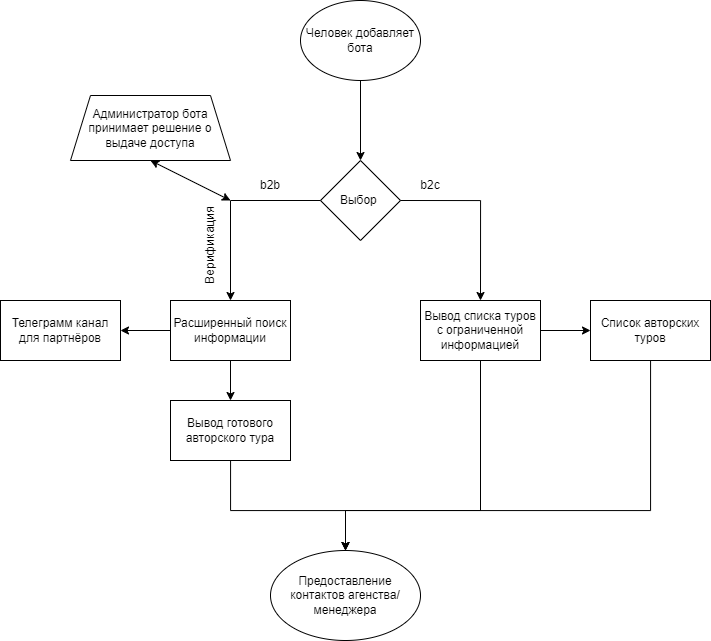
Earlier version of the draw.io export diagram.png (ProdamGaraj/BCDTravelAgency). Source tidied: cells renumbered, new cells last; positions are measured from the earlier drawing's top-left corner, leaving out a move shared by most shapes.
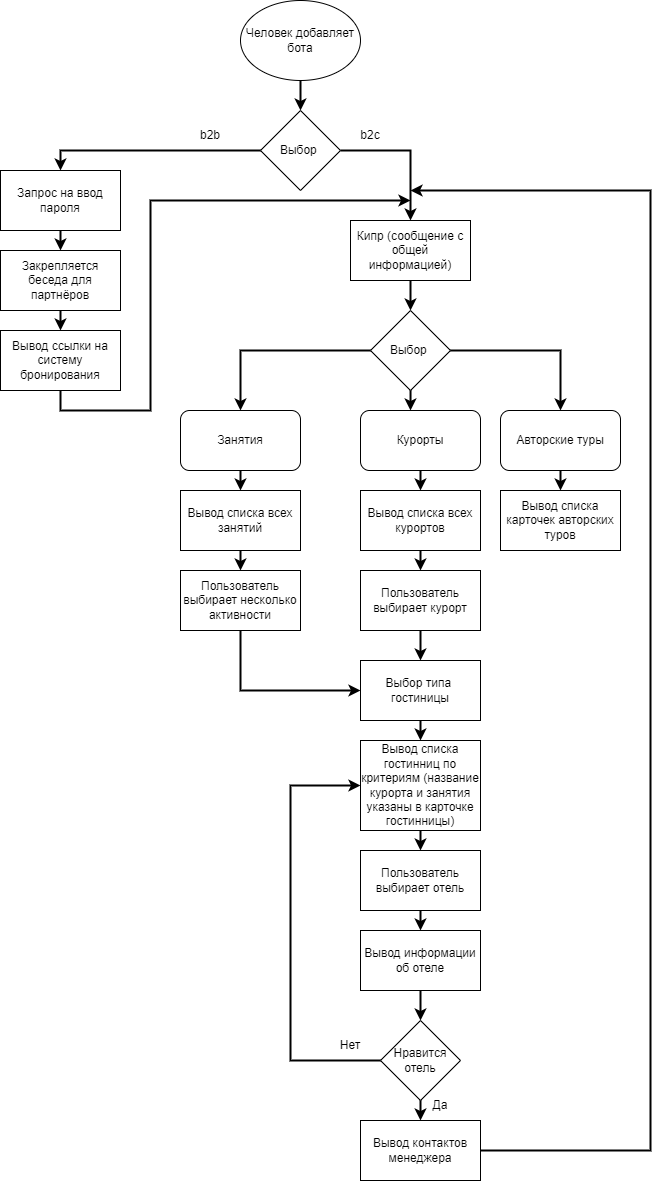
The same file after the commit.

The edit, as a diff of the source:
```diff
@@ -2,94 +2,236 @@
   <root>
     <mxCell id="0" />
     <mxCell id="1" parent="0" />
-    <mxCell id="2" style="edgeStyle=none;html=1;strokeColor=#000000;" parent="1" edge="1" source="3" target="5">
+    <mxCell id="2" style="edgeStyle=none;html=1;strokeColor=#000000;strokeWidth=2;" parent="1" edge="1" source="3" target="5">
       <mxGeometry relative="1" as="geometry" />
     </mxCell>
     <mxCell id="3" value="Человек добавляет бота" style="ellipse;whiteSpace=wrap;html=1;fillColor=none;strokeColor=#000000;fontColor=#000000;" parent="1" vertex="1">
-      <mxGeometry x="300" width="120" height="80" as="geometry" />
+      <mxGeometry x="300" y="50" width="120" height="80" as="geometry" />
     </mxCell>
-    <mxCell id="4" style="edgeStyle=none;html=1;exitX=0;exitY=0.5;exitDx=0;exitDy=0;entryX=0.5;entryY=0;entryDx=0;entryDy=0;rounded=0;strokeColor=#000000;" parent="1" edge="1" source="5" target="10">
+    <mxCell id="4" style="edgeStyle=none;html=1;exitX=0;exitY=0.5;exitDx=0;exitDy=0;rounded=0;strokeColor=#000000;entryX=0.5;entryY=0;entryDx=0;entryDy=0;strokeWidth=2;" parent="1" edge="1" source="5" target="25">
       <mxGeometry relative="1" as="geometry">
         <Array as="points">
-          <mxPoint x="230" y="200" />
+          <mxPoint x="120" y="200" />
         </Array>
       </mxGeometry>
     </mxCell>
     <mxCell id="5" value="Выбор&amp;nbsp;" style="rhombus;whiteSpace=wrap;html=1;fillColor=none;strokeColor=#000000;fontColor=#000000;" parent="1" vertex="1">
       <mxGeometry x="320" y="160" width="80" height="80" as="geometry" />
     </mxCell>
-    <mxCell id="6" style="edgeStyle=orthogonalEdgeStyle;html=1;strokeColor=#000000;" parent="1" edge="1" source="8" target="22">
-      <mxGeometry relative="1" as="geometry" />
+    <mxCell id="6" style="edgeStyle=orthogonalEdgeStyle;html=1;strokeColor=#000000;" parent="1" edge="1" target="x">
+      <mxGeometry relative="1" as="geometry">
+        <mxPoint x="550" y="400" as="sourcePoint" />
+      </mxGeometry>
     </mxCell>
-    <mxCell id="7" style="edgeStyle=none;rounded=0;html=1;entryX=0.5;entryY=0;entryDx=0;entryDy=0;elbow=vertical;strokeColor=#000000;" parent="1" edge="1" source="8" target="23">
+    <mxCell id="7" style="edgeStyle=none;rounded=0;html=1;entryX=0.5;entryY=0;entryDx=0;entryDy=0;elbow=vertical;strokeColor=#000000;" parent="1" edge="1" target="x">
       <mxGeometry relative="1" as="geometry">
+        <mxPoint x="490" y="430" as="sourcePoint" />
         <Array as="points">
-          <mxPoint x="480" y="510" />
-          <mxPoint x="345" y="510" />
+          <mxPoint x="490" y="550" />
+          <mxPoint x="355" y="550" />
         </Array>
       </mxGeometry>
     </mxCell>
-    <mxCell id="8" value="Вывод списка туров с ограниченной информацией" style="rounded=0;whiteSpace=wrap;html=1;fillColor=none;strokeColor=#000000;fontColor=#000000;" parent="1" vertex="1">
-      <mxGeometry x="420" y="300" width="120" height="60" as="geometry" />
-    </mxCell>
-    <mxCell id="9" style="edgeStyle=none;html=1;entryX=0.5;entryY=0;entryDx=0;entryDy=0;strokeColor=#000000;" parent="1" edge="1" source="10" target="17">
-      <mxGeometry relative="1" as="geometry" />
+    <mxCell id="9" style="edgeStyle=none;html=1;entryX=0.5;entryY=0;entryDx=0;entryDy=0;strokeColor=#000000;" parent="1" edge="1" target="x">
+      <mxGeometry relative="1" as="geometry">
+        <mxPoint x="240" y="430" as="sourcePoint" />
+      </mxGeometry>
     </mxCell>
-    <mxCell id="10" value="Расширенный поиск информации" style="rounded=0;whiteSpace=wrap;html=1;fillColor=none;strokeColor=#000000;fontColor=#000000;" parent="1" vertex="1">
-      <mxGeometry x="170" y="300" width="120" height="60" as="geometry" />
-    </mxCell>
-    <mxCell id="11" style="edgeStyle=orthogonalEdgeStyle;html=1;entryX=0.5;entryY=0;entryDx=0;entryDy=0;exitX=1;exitY=0.5;exitDx=0;exitDy=0;rounded=0;strokeColor=#000000;" parent="1" edge="1" source="5" target="8">
-      <mxGeometry relative="1" as="geometry" />
+    <mxCell id="11" style="edgeStyle=orthogonalEdgeStyle;html=1;entryX=0.5;entryY=0;entryDx=0;entryDy=0;exitX=1;exitY=0.5;exitDx=0;exitDy=0;rounded=0;strokeColor=#000000;strokeWidth=2;" parent="1" edge="1" source="5" target="28">
+      <mxGeometry relative="1" as="geometry">
+        <Array as="points">
+          <mxPoint x="470" y="200" />
+        </Array>
+      </mxGeometry>
     </mxCell>
-    <mxCell id="12" value="Верификация" style="text;html=1;strokeColor=none;fillColor=none;align=center;verticalAlign=middle;whiteSpace=wrap;rounded=0;rotation=-90;fontColor=#000000;" parent="1" vertex="1">
-      <mxGeometry x="180" y="230" width="60" height="30" as="geometry" />
-    </mxCell>
     <mxCell id="13" value="b2b" style="text;html=1;strokeColor=none;fillColor=none;align=center;verticalAlign=middle;whiteSpace=wrap;rounded=0;fontColor=#000000;" parent="1" vertex="1">
       <mxGeometry x="240" y="170" width="60" height="30" as="geometry" />
     </mxCell>
     <mxCell id="14" value="b2c" style="text;html=1;strokeColor=none;fillColor=none;align=center;verticalAlign=middle;whiteSpace=wrap;rounded=0;fontColor=#000000;" parent="1" vertex="1">
       <mxGeometry x="400" y="170" width="60" height="30" as="geometry" />
     </mxCell>
-    <mxCell id="15" style="edgeStyle=none;html=1;strokeColor=#000000;" parent="1" edge="1" target="18">
-      <mxGeometry relative="1" as="geometry">
-        <mxPoint x="170" y="330" as="sourcePoint" />
-      </mxGeometry>
-    </mxCell>
-    <mxCell id="16" style="edgeStyle=orthogonalEdgeStyle;html=1;rounded=0;strokeColor=#000000;" parent="1" edge="1" source="17" target="23">
+    <mxCell id="16" style="edgeStyle=orthogonalEdgeStyle;html=1;rounded=0;strokeColor=#000000;" parent="1" edge="1" target="x">
       <mxGeometry relative="1" as="geometry">
+        <mxPoint x="240.1" y="530" as="sourcePoint" />
         <Array as="points">
-          <mxPoint x="230" y="510" />
-          <mxPoint x="345" y="510" />
+          <mxPoint x="240" y="550" />
+          <mxPoint x="355" y="550" />
         </Array>
       </mxGeometry>
     </mxCell>
-    <mxCell id="17" value="Вывод готового авторского тура" style="rounded=0;whiteSpace=wrap;html=1;fillColor=none;strokeColor=#000000;fontColor=#000000;" parent="1" vertex="1">
-      <mxGeometry x="170" y="400" width="120" height="60" as="geometry" />
-    </mxCell>
-    <mxCell id="18" value="Телеграмм канал для партнёров" style="whiteSpace=wrap;html=1;fillColor=none;strokeColor=#000000;fontColor=#000000;" parent="1" vertex="1">
-      <mxGeometry y="300" width="120" height="60" as="geometry" />
-    </mxCell>
-    <mxCell id="19" style="endArrow=classic;startArrow=classic;html=1;exitX=0.5;exitY=1;exitDx=0;exitDy=0;strokeColor=#000000;" parent="1" edge="1" source="20">
-      <mxGeometry relative="1" as="geometry">
-        <mxPoint x="230" y="200" as="targetPoint" />
-      </mxGeometry>
-    </mxCell>
-    <mxCell id="20" value="Администратор бота принимает решение о выдаче доступа" style="shape=trapezoid;perimeter=trapezoidPerimeter;whiteSpace=wrap;html=1;fixedSize=1;fillColor=none;strokeColor=#000000;fontColor=#000000;" parent="1" vertex="1">
-      <mxGeometry x="70" y="95" width="160" height="65" as="geometry" />
-    </mxCell>
-    <mxCell id="21" style="edgeStyle=orthogonalEdgeStyle;html=1;rounded=0;strokeColor=#000000;" parent="1" edge="1" source="22" target="23">
+    <mxCell id="21" style="edgeStyle=orthogonalEdgeStyle;html=1;rounded=0;strokeColor=#000000;" parent="1" edge="1" target="x">
       <mxGeometry relative="1" as="geometry">
+        <mxPoint x="660.1" y="430" as="sourcePoint" />
         <Array as="points">
-          <mxPoint x="650" y="510" />
-          <mxPoint x="345" y="510" />
+          <mxPoint x="660" y="550" />
+          <mxPoint x="355" y="550" />
         </Array>
       </mxGeometry>
     </mxCell>
-    <mxCell id="22" value="Список авторских туров" style="whiteSpace=wrap;html=1;rounded=0;fillColor=none;strokeColor=#000000;fontColor=#000000;" parent="1" vertex="1">
-      <mxGeometry x="590" y="300" width="120" height="60" as="geometry" />
-    </mxCell>
-    <mxCell id="23" value="Предоставление контактов агенства/менеджера" style="ellipse;whiteSpace=wrap;html=1;fillColor=none;strokeColor=#000000;fontColor=#000000;" parent="1" vertex="1">
-      <mxGeometry x="270" y="550" width="150" height="90" as="geometry" />
-    </mxCell>
+    <mxCell id="24" style="edgeStyle=none;rounded=0;html=1;strokeColor=#000000;fontColor=#000000;strokeWidth=2;" parent="1" edge="1" source="25" target="54">
+      <mxGeometry relative="1" as="geometry" />
+    </mxCell>
+    <mxCell id="25" value="&lt;font color=&quot;#000000&quot;&gt;Запрос на ввод пароля&lt;/font&gt;" style="rounded=0;whiteSpace=wrap;html=1;fillColor=none;strokeColor=#000000;" parent="1" vertex="1">
+      <mxGeometry x="60" y="220" width="120" height="60" as="geometry" />
+    </mxCell>
+    <mxCell id="26" style="edgeStyle=none;html=1;fontColor=#000000;strokeColor=#000000;entryX=0.5;entryY=0;entryDx=0;entryDy=0;strokeWidth=2;" parent="1" edge="1" target="38">
+      <mxGeometry relative="1" as="geometry">
+        <mxPoint x="470" y="360" as="sourcePoint" />
+      </mxGeometry>
+    </mxCell>
+    <mxCell id="27" style="edgeStyle=none;rounded=0;html=1;strokeColor=#000000;strokeWidth=2;fontColor=#000000;" parent="1" edge="1" source="28" target="38">
+      <mxGeometry relative="1" as="geometry" />
+    </mxCell>
+    <mxCell id="28" value="&lt;font color=&quot;#000000&quot;&gt;Кипр (сообщение с общей информацией)&lt;/font&gt;" style="rounded=0;whiteSpace=wrap;html=1;strokeColor=#000000;fillColor=none;" parent="1" vertex="1">
+      <mxGeometry x="410" y="270" width="120" height="60" as="geometry" />
+    </mxCell>
+    <mxCell id="29" style="edgeStyle=none;rounded=0;html=1;entryX=0.5;entryY=0;entryDx=0;entryDy=0;strokeColor=#000000;fontColor=#000000;strokeWidth=2;" parent="1" edge="1" source="30" target="44">
+      <mxGeometry relative="1" as="geometry" />
+    </mxCell>
+    <mxCell id="30" value="Курорты" style="rounded=1;whiteSpace=wrap;html=1;strokeColor=#000000;fontColor=#000000;fillColor=none;" parent="1" vertex="1">
+      <mxGeometry x="420" y="460" width="120" height="60" as="geometry" />
+    </mxCell>
+    <mxCell id="31" style="edgeStyle=none;rounded=0;html=1;entryX=0.5;entryY=0;entryDx=0;entryDy=0;strokeColor=#000000;fontColor=#000000;strokeWidth=2;" parent="1" edge="1" source="32" target="40">
+      <mxGeometry relative="1" as="geometry" />
+    </mxCell>
+    <mxCell id="32" value="Занятия" style="rounded=1;whiteSpace=wrap;html=1;strokeColor=#000000;fontColor=#000000;fillColor=none;" parent="1" vertex="1">
+      <mxGeometry x="240" y="460" width="120" height="60" as="geometry" />
+    </mxCell>
+    <mxCell id="33" style="edgeStyle=none;rounded=0;html=1;entryX=0.5;entryY=0;entryDx=0;entryDy=0;strokeColor=#000000;fontColor=#000000;strokeWidth=2;" parent="1" edge="1" source="34" target="51">
+      <mxGeometry relative="1" as="geometry" />
+    </mxCell>
+    <mxCell id="34" value="Авторские туры" style="rounded=1;whiteSpace=wrap;html=1;strokeColor=#000000;fontColor=#000000;fillColor=none;" parent="1" vertex="1">
+      <mxGeometry x="560" y="460" width="120" height="60" as="geometry" />
+    </mxCell>
+    <mxCell id="35" style="edgeStyle=none;html=1;entryX=0.5;entryY=0;entryDx=0;entryDy=0;strokeColor=#000000;fontColor=#000000;exitX=0;exitY=0.5;exitDx=0;exitDy=0;rounded=0;strokeWidth=2;" parent="1" edge="1" source="38" target="32">
+      <mxGeometry relative="1" as="geometry">
+        <Array as="points">
+          <mxPoint x="300" y="400" />
+        </Array>
+      </mxGeometry>
+    </mxCell>
+    <mxCell id="36" style="edgeStyle=none;html=1;entryX=0.5;entryY=0;entryDx=0;entryDy=0;strokeColor=#000000;fontColor=#000000;rounded=0;strokeWidth=2;" parent="1" edge="1" source="38" target="34">
+      <mxGeometry relative="1" as="geometry">
+        <Array as="points">
+          <mxPoint x="620" y="400" />
+        </Array>
+      </mxGeometry>
+    </mxCell>
+    <mxCell id="37" style="edgeStyle=none;html=1;entryX=0.417;entryY=0;entryDx=0;entryDy=0;entryPerimeter=0;strokeColor=#000000;fontColor=#000000;strokeWidth=2;" parent="1" edge="1" source="38" target="30">
+      <mxGeometry relative="1" as="geometry" />
+    </mxCell>
+    <mxCell id="38" value="Выбор&amp;nbsp;" style="rhombus;whiteSpace=wrap;html=1;strokeColor=#000000;fontColor=#000000;fillColor=none;" parent="1" vertex="1">
+      <mxGeometry x="430" y="360" width="80" height="80" as="geometry" />
+    </mxCell>
+    <mxCell id="39" style="edgeStyle=none;rounded=0;html=1;entryX=0.5;entryY=0;entryDx=0;entryDy=0;strokeColor=#000000;fontColor=#000000;strokeWidth=2;" parent="1" edge="1" source="40" target="42">
+      <mxGeometry relative="1" as="geometry" />
+    </mxCell>
+    <mxCell id="40" value="Вывод списка всех занятий" style="rounded=0;whiteSpace=wrap;html=1;strokeColor=#000000;fontColor=#000000;fillColor=none;" parent="1" vertex="1">
+      <mxGeometry x="240" y="540" width="120" height="60" as="geometry" />
+    </mxCell>
+    <mxCell id="41" style="edgeStyle=none;rounded=0;html=1;strokeColor=#000000;fontColor=#000000;exitX=0.5;exitY=1;exitDx=0;exitDy=0;strokeWidth=2;entryX=0;entryY=0.5;entryDx=0;entryDy=0;" parent="1" edge="1" source="42" target="48">
+      <mxGeometry relative="1" as="geometry">
+        <Array as="points">
+          <mxPoint x="300" y="740" />
+        </Array>
+      </mxGeometry>
+    </mxCell>
+    <mxCell id="42" value="Пользователь выбирает несколько активности" style="rounded=0;whiteSpace=wrap;html=1;strokeColor=#000000;fontColor=#000000;fillColor=none;" parent="1" vertex="1">
+      <mxGeometry x="240" y="620" width="120" height="60" as="geometry" />
+    </mxCell>
+    <mxCell id="43" style="edgeStyle=none;rounded=0;html=1;strokeColor=#000000;fontColor=#000000;strokeWidth=2;" parent="1" edge="1" source="44" target="46">
+      <mxGeometry relative="1" as="geometry" />
+    </mxCell>
+    <mxCell id="44" value="Вывод списка всех курортов" style="rounded=0;whiteSpace=wrap;html=1;strokeColor=#000000;fontColor=#000000;fillColor=none;" parent="1" vertex="1">
+      <mxGeometry x="420" y="540" width="120" height="60" as="geometry" />
+    </mxCell>
+    <mxCell id="45" style="edgeStyle=none;rounded=0;html=1;entryX=0.5;entryY=0;entryDx=0;entryDy=0;strokeColor=#000000;fontColor=#000000;strokeWidth=2;" parent="1" edge="1" source="46" target="48">
+      <mxGeometry relative="1" as="geometry" />
+    </mxCell>
+    <mxCell id="46" value="Пользователь выбирает курорт" style="rounded=0;whiteSpace=wrap;html=1;strokeColor=#000000;fontColor=#000000;fillColor=none;" parent="1" vertex="1">
+      <mxGeometry x="420" y="620" width="120" height="60" as="geometry" />
+    </mxCell>
+    <mxCell id="47" style="edgeStyle=none;rounded=0;html=1;strokeColor=#000000;fontColor=#000000;strokeWidth=2;" parent="1" edge="1" source="48" target="50">
+      <mxGeometry relative="1" as="geometry" />
+    </mxCell>
+    <mxCell id="48" value="Выбор типа&amp;nbsp; гостиницы" style="rounded=0;whiteSpace=wrap;html=1;strokeColor=#000000;fontColor=#000000;fillColor=none;" parent="1" vertex="1">
+      <mxGeometry x="420" y="710" width="120" height="60" as="geometry" />
+    </mxCell>
+    <mxCell id="49" style="edgeStyle=none;rounded=0;html=1;entryX=0.5;entryY=0;entryDx=0;entryDy=0;strokeColor=#000000;fontColor=#000000;strokeWidth=2;" parent="1" edge="1" source="50" target="57">
+      <mxGeometry relative="1" as="geometry" />
+    </mxCell>
+    <mxCell id="50" value="Вывод списка гостинниц по критериям (название курорта и занятия указаны в карточке гостинницы)" style="rounded=0;whiteSpace=wrap;html=1;strokeColor=#000000;fontColor=#000000;fillColor=none;" parent="1" vertex="1">
+      <mxGeometry x="420" y="790" width="120" height="90" as="geometry" />
+    </mxCell>
+    <mxCell id="51" value="Вывод списка карточек авторских туров" style="rounded=0;whiteSpace=wrap;html=1;strokeColor=#000000;fontColor=#000000;fillColor=none;" parent="1" vertex="1">
+      <mxGeometry x="560" y="540" width="120" height="60" as="geometry" />
+    </mxCell>
+    <mxCell id="52" style="edgeStyle=none;rounded=0;html=1;strokeColor=#000000;fontColor=#000000;exitX=0.5;exitY=1;exitDx=0;exitDy=0;strokeWidth=2;" parent="1" edge="1" source="55">
+      <mxGeometry relative="1" as="geometry">
+        <mxPoint x="470" y="250" as="targetPoint" />
+        <Array as="points">
+          <mxPoint x="120" y="460" />
+          <mxPoint x="210" y="460" />
+          <mxPoint x="210" y="390" />
+          <mxPoint x="210" y="310" />
+          <mxPoint x="210" y="250" />
+        </Array>
+      </mxGeometry>
+    </mxCell>
+    <mxCell id="53" style="edgeStyle=none;rounded=0;html=1;strokeColor=#000000;fontColor=#000000;strokeWidth=2;" parent="1" edge="1" source="54" target="55">
+      <mxGeometry relative="1" as="geometry" />
+    </mxCell>
+    <mxCell id="54" value="Закрепляется беседа для партнёров" style="rounded=0;whiteSpace=wrap;html=1;strokeColor=#000000;fontColor=#000000;fillColor=none;" parent="1" vertex="1">
+      <mxGeometry x="60" y="300" width="120" height="60" as="geometry" />
+    </mxCell>
+    <mxCell id="55" value="Вывод ссылки на систему бронирования" style="rounded=0;whiteSpace=wrap;html=1;strokeColor=#000000;fontColor=#000000;fillColor=none;" parent="1" vertex="1">
+      <mxGeometry x="60" y="380" width="120" height="60" as="geometry" />
+    </mxCell>
+    <mxCell id="56" style="edgeStyle=none;rounded=0;html=1;entryX=0.5;entryY=0;entryDx=0;entryDy=0;strokeColor=#000000;fontColor=#000000;strokeWidth=2;" parent="1" edge="1" source="57" target="59">
+      <mxGeometry relative="1" as="geometry" />
+    </mxCell>
+    <mxCell id="57" value="Пользователь выбирает отель" style="rounded=0;whiteSpace=wrap;html=1;strokeColor=#000000;fontColor=#000000;fillColor=none;" parent="1" vertex="1">
+      <mxGeometry x="420" y="900" width="120" height="60" as="geometry" />
+    </mxCell>
+    <mxCell id="58" style="edgeStyle=none;rounded=0;html=1;entryX=0.5;entryY=0;entryDx=0;entryDy=0;strokeColor=#000000;fontColor=#000000;strokeWidth=2;" parent="1" edge="1" source="59" target="62">
+      <mxGeometry relative="1" as="geometry" />
+    </mxCell>
+    <mxCell id="59" value="Вывод информации об отеле" style="rounded=0;whiteSpace=wrap;html=1;strokeColor=#000000;fontColor=#000000;fillColor=none;" parent="1" vertex="1">
+      <mxGeometry x="420" y="980" width="120" height="60" as="geometry" />
+    </mxCell>
+    <mxCell id="60" style="edgeStyle=none;rounded=0;html=1;strokeColor=#000000;fontColor=#000000;strokeWidth=2;entryX=0;entryY=0.5;entryDx=0;entryDy=0;" parent="1" edge="1" source="62" target="50">
+      <mxGeometry relative="1" as="geometry">
+        <Array as="points">
+          <mxPoint x="350" y="1110" />
+          <mxPoint x="350" y="890" />
+          <mxPoint x="350" y="835" />
+        </Array>
+      </mxGeometry>
+    </mxCell>
+    <mxCell id="61" style="edgeStyle=none;rounded=0;html=1;strokeColor=#000000;fontColor=#000000;strokeWidth=2;" parent="1" edge="1" source="62" target="64">
+      <mxGeometry relative="1" as="geometry" />
+    </mxCell>
+    <mxCell id="62" value="Нравится отель" style="rhombus;whiteSpace=wrap;html=1;rounded=0;strokeColor=#000000;fontColor=#000000;fillColor=none;" parent="1" vertex="1">
+      <mxGeometry x="440" y="1070" width="80" height="80" as="geometry" />
+    </mxCell>
+    <mxCell id="63" style="edgeStyle=none;rounded=0;html=1;strokeColor=#000000;fontColor=#000000;exitX=1;exitY=0.5;exitDx=0;exitDy=0;strokeWidth=2;" parent="1" edge="1" source="64">
+      <mxGeometry relative="1" as="geometry">
+        <mxPoint x="470" y="240" as="targetPoint" />
+        <Array as="points">
+          <mxPoint x="710" y="1200" />
+          <mxPoint x="710" y="1070" />
+          <mxPoint x="710" y="240" />
+        </Array>
+      </mxGeometry>
+    </mxCell>
+    <mxCell id="64" value="Вывод контактов менеджера" style="whiteSpace=wrap;html=1;fillColor=none;strokeColor=#000000;fontColor=#000000;rounded=0;" parent="1" vertex="1">
+      <mxGeometry x="420" y="1170" width="120" height="60" as="geometry" />
+    </mxCell>
+    <mxCell id="65" value="Нет" style="text;html=1;strokeColor=none;fillColor=none;align=center;verticalAlign=middle;whiteSpace=wrap;rounded=0;fontColor=#000000;" parent="1" vertex="1">
+      <mxGeometry x="380" y="1080" width="60" height="30" as="geometry" />
+    </mxCell>
+    <mxCell id="66" value="Да" style="text;html=1;strokeColor=none;fillColor=none;align=center;verticalAlign=middle;whiteSpace=wrap;rounded=0;fontColor=#000000;" parent="1" vertex="1">
+      <mxGeometry x="470" y="1140" width="60" height="30" as="geometry" />
+    </mxCell>
   </root>
 </mxGraphModel>
```
